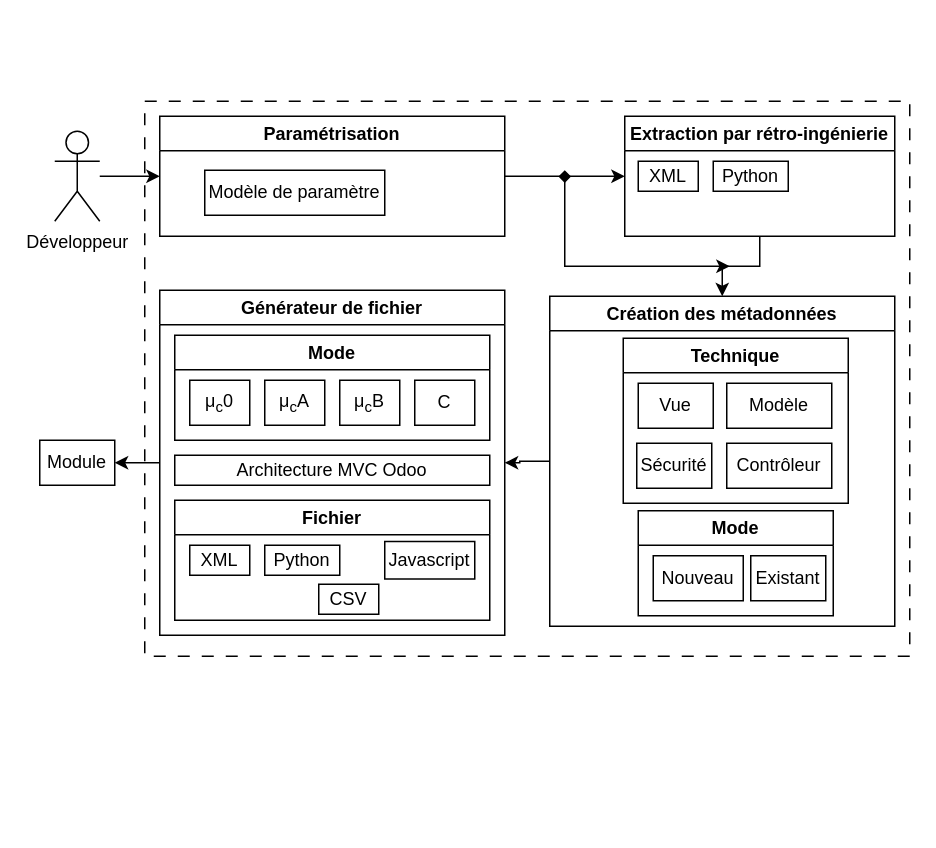
Earlier version of the draw.io diagram diagramme/architecture_machine.drawio (mathben/memoire_generateur_code_2023). Source tidied: cells renumbered, new cells numbered last; positions are measured from the earlier drawing's top-left corner, leaving out a move shared by most shapes. Both pictures are drawn from the tidied source at 150%, with x=0, y=0 at pixel (39, 100).
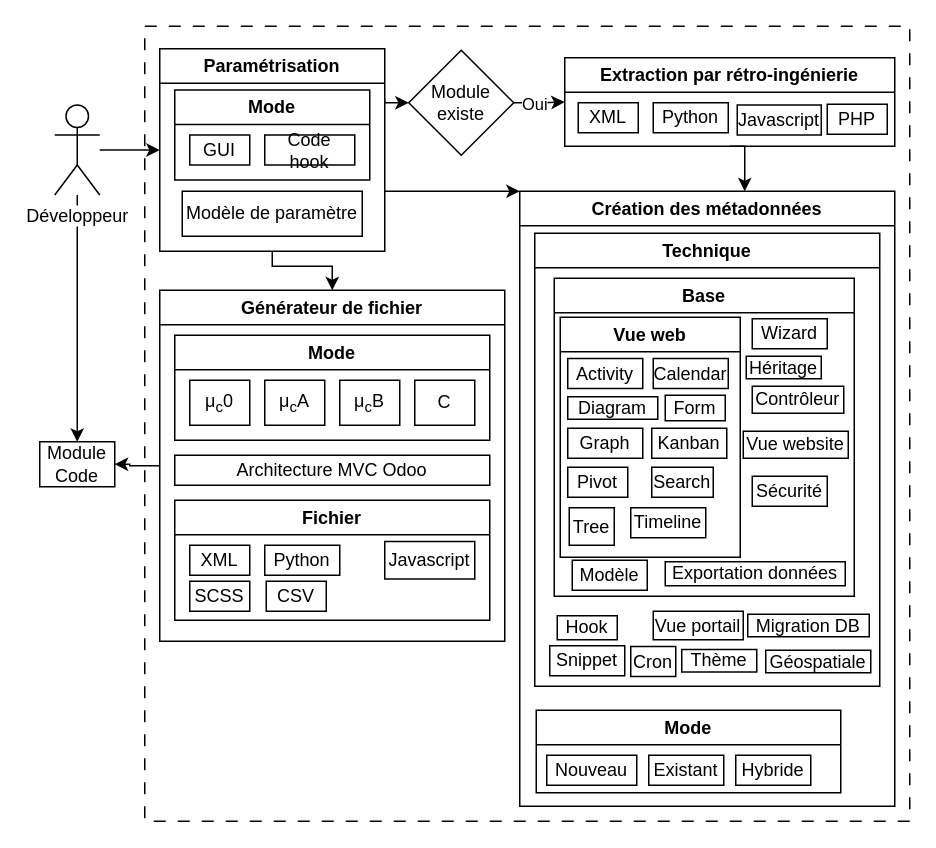
The same diagram, later.

Commit message (it also covers changes not shown here):
[UPD] avancement architecture et ajout schema BD accorderie

The change refers to these unchanged cells:
```xml
<mxCell id="30" value="Fichier" style="swimlane;whiteSpace=wrap;html=1;" parent="23" vertex="1">
  <mxGeometry x="10" y="140" width="210" height="80" as="geometry" />
</mxCell>
```

The edit, as a diff of the source:
```diff
@@
     <mxCell id="2" style="rounded=0;whiteSpace=wrap;html=1;dashed=1;dashPattern=8 8;fillColor=none;" parent="1" vertex="1">
-      <mxGeometry x="70" width="510" height="370" as="geometry" />
+      <mxGeometry x="70" y="-50" width="510" height="530" as="geometry" />
     </mxCell>
@@
+    <mxCell id="37" style="edgeStyle=orthogonalEdgeStyle;rounded=0;jettySize=auto;html=1;entryX=0.5;entryY=0;entryDx=0;entryDy=0;" parent="1" edge="1" source="4" target="35">
+      <mxGeometry relative="1" as="geometry" />
+    </mxCell>
-    <mxCell id="4" value="Développeur" style="shape=umlActor;verticalLabelPosition=bottom;verticalAlign=top;html=1;outlineConnect=0;" parent="1" vertex="1">
-      <mxGeometry x="10" y="20" width="30" height="60" as="geometry" />
+    <mxCell id="4" value="&lt;span style=&quot;background-color: rgb(255, 255, 255); --darkreader-inline-bgcolor: #181a1b;&quot;&gt;Développeur&lt;/span&gt;" style="shape=umlActor;verticalLabelPosition=bottom;verticalAlign=top;html=1;outlineConnect=0;" parent="1" vertex="1">
+      <mxGeometry x="10" y="2.5" width="30" height="60" as="geometry" />
     </mxCell>
-    <mxCell id="5" style="edgeStyle=orthogonalEdgeStyle;rounded=0;jettySize=auto;html=1;entryX=0;entryY=0.5;entryDx=0;entryDy=0;" parent="1" edge="1" source="6" target="9">
-      <mxGeometry relative="1" as="geometry" />
-    </mxCell>
+    <mxCell id="38" style="edgeStyle=orthogonalEdgeStyle;rounded=0;jettySize=auto;html=1;" parent="1" edge="1" source="6" target="23">
+      <mxGeometry relative="1" as="geometry">
+        <Array as="points">
+          <mxPoint x="155" y="110" />
+          <mxPoint x="195" y="110" />
+        </Array>
+      </mxGeometry>
+    </mxCell>
+    <mxCell id="39" style="edgeStyle=orthogonalEdgeStyle;rounded=0;jettySize=auto;html=1;entryX=0;entryY=0;entryDx=0;entryDy=0;" parent="1" edge="1" source="6" target="13">
+      <mxGeometry relative="1" as="geometry">
+        <Array as="points">
+          <mxPoint x="280" y="60" />
+          <mxPoint x="280" y="60" />
+        </Array>
+      </mxGeometry>
+    </mxCell>
+    <mxCell id="40" style="edgeStyle=orthogonalEdgeStyle;rounded=0;jettySize=auto;html=1;exitX=1;exitY=0.25;exitDx=0;exitDy=0;entryX=0;entryY=0.5;entryDx=0;entryDy=0;" parent="1" edge="1" source="6" target="51">
+      <mxGeometry relative="1" as="geometry">
+        <Array as="points">
+          <mxPoint x="230" y="1" />
+        </Array>
+      </mxGeometry>
+    </mxCell>
     <mxCell id="6" value="Paramétrisation" style="swimlane;whiteSpace=wrap;html=1;" parent="1" vertex="1">
-      <mxGeometry x="80" y="10" width="230" height="80" as="geometry" />
+      <mxGeometry x="80" y="-35" width="150" height="135" as="geometry" />
     </mxCell>
     <mxCell id="7" value="Modèle de paramètre" style="rounded=0;whiteSpace=wrap;html=1;" parent="6" vertex="1">
-      <mxGeometry x="30" y="36" width="120" height="30" as="geometry" />
+      <mxGeometry x="15" y="95" width="120" height="30" as="geometry" />
     </mxCell>
-    <mxCell id="8" style="edgeStyle=orthogonalEdgeStyle;rounded=0;jettySize=auto;html=1;entryX=0.5;entryY=0;entryDx=0;entryDy=0;exitX=0.5;exitY=1;exitDx=0;exitDy=0;" parent="1" edge="1" source="9" target="13">
+    <mxCell id="8" style="edgeStyle=orthogonalEdgeStyle;rounded=0;jettySize=auto;html=1;entryX=0.6;entryY=0;entryDx=0;entryDy=0;exitX=0.5;exitY=1;exitDx=0;exitDy=0;entryPerimeter=0;" parent="1" edge="1" source="9" target="13">
       <mxGeometry relative="1" as="geometry" />
     </mxCell>
     <mxCell id="9" value="Extraction par rétro-ingénierie" style="swimlane;whiteSpace=wrap;html=1;" parent="1" vertex="1">
-      <mxGeometry x="390" y="10" width="180" height="80" as="geometry" />
+      <mxGeometry x="350" y="-29" width="220" height="59" as="geometry" />
     </mxCell>
@@
-    <mxCell id="12" style="edgeStyle=orthogonalEdgeStyle;rounded=0;jettySize=auto;html=1;entryX=1;entryY=0.5;entryDx=0;entryDy=0;" parent="1" edge="1" source="13" target="23">
-      <mxGeometry relative="1" as="geometry" />
-    </mxCell>
+    <mxCell id="41" value="PHP" style="rounded=0;whiteSpace=wrap;html=1;" parent="9" vertex="1">
+      <mxGeometry x="175" y="31" width="40" height="20" as="geometry" />
+    </mxCell>
     <mxCell id="13" value="Création des métadonnées" style="swimlane;whiteSpace=wrap;html=1;" parent="1" vertex="1">
-      <mxGeometry x="340" y="130" width="230" height="220" as="geometry" />
+      <mxGeometry x="320" y="60" width="250" height="410" as="geometry" />
     </mxCell>
     <mxCell id="14" value="Technique" style="swimlane;whiteSpace=wrap;html=1;" parent="13" vertex="1">
-      <mxGeometry x="49" y="28" width="150" height="110" as="geometry" />
+      <mxGeometry x="10" y="28" width="230" height="302" as="geometry" />
     </mxCell>
-    <mxCell id="15" value="Vue" style="rounded=0;whiteSpace=wrap;html=1;" parent="14" vertex="1">
-      <mxGeometry x="10" y="30" width="50" height="30" as="geometry" />
-    </mxCell>
-    <mxCell id="16" value="Modèle" style="rounded=0;whiteSpace=wrap;html=1;" parent="14" vertex="1">
-      <mxGeometry x="69" y="30" width="70" height="30" as="geometry" />
-    </mxCell>
-    <mxCell id="17" value="Contrôleur" style="rounded=0;whiteSpace=wrap;html=1;" parent="14" vertex="1">
-      <mxGeometry x="69" y="70" width="70" height="30" as="geometry" />
-    </mxCell>
-    <mxCell id="18" value="Sécurité" style="rounded=0;whiteSpace=wrap;html=1;" parent="14" vertex="1">
-      <mxGeometry x="9" y="70" width="50" height="30" as="geometry" />
-    </mxCell>
+    <mxCell id="42" value="Vue website" style="rounded=0;whiteSpace=wrap;html=1;" parent="14" vertex="1">
+      <mxGeometry x="139" y="132" width="70" height="18" as="geometry" />
+    </mxCell>
+    <mxCell id="43" value="Migration DB" style="rounded=0;whiteSpace=wrap;html=1;" parent="14" vertex="1">
+      <mxGeometry x="142" y="254" width="81" height="15" as="geometry" />
+    </mxCell>
+    <mxCell id="44" value="Vue portail" style="rounded=0;whiteSpace=wrap;html=1;" parent="14" vertex="1">
+      <mxGeometry x="79" y="252" width="60" height="19" as="geometry" />
+    </mxCell>
+    <mxCell id="45" value="Cron" style="rounded=0;whiteSpace=wrap;html=1;" parent="14" vertex="1">
+      <mxGeometry x="64" y="275.5" width="30" height="20" as="geometry" />
+    </mxCell>
+    <mxCell id="46" value="Snippet" style="rounded=0;whiteSpace=wrap;html=1;" parent="14" vertex="1">
+      <mxGeometry x="10" y="275" width="50" height="20" as="geometry" />
+    </mxCell>
+    <mxCell id="47" value="Thème" style="rounded=0;whiteSpace=wrap;html=1;" parent="14" vertex="1">
+      <mxGeometry x="98" y="277.5" width="50" height="15" as="geometry" />
+    </mxCell>
     <mxCell id="19" value="Mode" style="swimlane;whiteSpace=wrap;html=1;" parent="13" vertex="1">
-      <mxGeometry x="59" y="143" width="130" height="70" as="geometry" />
+      <mxGeometry x="11" y="346" width="203" height="55" as="geometry" />
     </mxCell>
     <mxCell id="20" value="Existant" style="rounded=0;whiteSpace=wrap;html=1;" parent="19" vertex="1">
-      <mxGeometry x="75" y="30" width="50" height="30" as="geometry" />
+      <mxGeometry x="75" y="30" width="50" height="20" as="geometry" />
     </mxCell>
     <mxCell id="21" value="Nouveau" style="rounded=0;whiteSpace=wrap;html=1;" parent="19" vertex="1">
-      <mxGeometry x="10" y="30" width="60" height="30" as="geometry" />
+      <mxGeometry x="7" y="30" width="60" height="20" as="geometry" />
     </mxCell>
+    <mxCell id="48" value="Hybride" style="rounded=0;whiteSpace=wrap;html=1;" parent="19" vertex="1">
+      <mxGeometry x="133" y="30" width="50" height="20" as="geometry" />
+    </mxCell>
@@
     <mxCell id="23" value="Générateur de fichier" style="swimlane;whiteSpace=wrap;html=1;" parent="1" vertex="1">
-      <mxGeometry x="80" y="126" width="230" height="230" as="geometry" />
+      <mxGeometry x="80" y="126" width="230" height="234" as="geometry" />
     </mxCell>
@@
     <mxCell id="31" value="CSV" style="rounded=0;whiteSpace=wrap;html=1;" parent="30" vertex="1">
-      <mxGeometry x="96" y="56" width="40" height="20" as="geometry" />
+      <mxGeometry x="61" y="54" width="40" height="20" as="geometry" />
     </mxCell>
@@
-    <mxCell id="35" value="Module" style="rounded=0;whiteSpace=wrap;html=1;" parent="1" vertex="1">
-      <mxGeometry y="226" width="50" height="30" as="geometry" />
+    <mxCell id="35" value="&lt;div&gt;Module&lt;/div&gt;&lt;div&gt;Code&lt;br&gt;&lt;/div&gt;" style="rounded=0;whiteSpace=wrap;html=1;" parent="1" vertex="1">
+      <mxGeometry y="227" width="50" height="30" as="geometry" />
     </mxCell>
-    <mxCell id="36" style="endArrow=classic;html=1;rounded=0;startArrow=diamond;startFill=1;" parent="1" edge="1">
-      <mxGeometry relative="1" as="geometry">
-        <mxPoint x="350" y="46" as="sourcePoint" />
-        <mxPoint x="460" y="110" as="targetPoint" />
-        <Array as="points">
-          <mxPoint x="350" y="110" />
-        </Array>
-      </mxGeometry>
-    </mxCell>
+    <mxCell id="49" style="edgeStyle=orthogonalEdgeStyle;rounded=0;jettySize=auto;html=1;entryX=0;entryY=0.5;entryDx=0;entryDy=0;" parent="1" edge="1" source="51" target="9">
+      <mxGeometry relative="1" as="geometry" />
+    </mxCell>
+    <mxCell id="50" value="Oui" style="edgeLabel;html=1;align=center;verticalAlign=middle;" parent="49" vertex="1">
+      <mxGeometry x="-0.23" relative="1" as="geometry" />
+    </mxCell>
+    <mxCell id="51" value="&lt;div&gt;Module&lt;/div&gt;&lt;div&gt;existe&lt;/div&gt;" style="rhombus;whiteSpace=wrap;html=1;" parent="1" vertex="1">
+      <mxGeometry x="246" y="-34" width="70" height="70" as="geometry" />
+    </mxCell>
+    <mxCell id="52" value="Géospatiale" style="rounded=0;whiteSpace=wrap;html=1;" parent="1" vertex="1">
+      <mxGeometry x="484" y="366" width="70" height="15" as="geometry" />
+    </mxCell>
+    <mxCell id="53" value="Exportation données" style="rounded=0;whiteSpace=wrap;html=1;" parent="1" vertex="1">
+      <mxGeometry x="417" y="307" width="120" height="16" as="geometry" />
+    </mxCell>
+    <mxCell id="54" value="Hook" style="rounded=0;whiteSpace=wrap;html=1;" parent="1" vertex="1">
+      <mxGeometry x="345" y="343" width="40" height="16" as="geometry" />
+    </mxCell>
+    <mxCell id="55" value="Javascript" style="rounded=0;whiteSpace=wrap;html=1;" parent="1" vertex="1">
+      <mxGeometry x="465" y="2.5" width="56" height="20" as="geometry" />
+    </mxCell>
+    <mxCell id="56" value="SCSS" style="rounded=0;whiteSpace=wrap;html=1;" parent="1" vertex="1">
+      <mxGeometry x="100" y="320" width="40" height="20" as="geometry" />
+    </mxCell>
+    <mxCell id="57" value="Mode" style="swimlane;whiteSpace=wrap;html=1;" parent="1" vertex="1">
+      <mxGeometry x="90" y="-7.5" width="130" height="60" as="geometry" />
+    </mxCell>
+    <mxCell id="58" value="GUI" style="rounded=0;whiteSpace=wrap;html=1;" parent="57" vertex="1">
+      <mxGeometry x="10" y="30" width="40" height="20" as="geometry" />
+    </mxCell>
+    <mxCell id="59" value="Code hook" style="rounded=0;whiteSpace=wrap;html=1;" parent="57" vertex="1">
+      <mxGeometry x="60" y="30" width="60" height="20" as="geometry" />
+    </mxCell>
+    <mxCell id="60" value="Base" style="swimlane;whiteSpace=wrap;html=1;" parent="1" vertex="1">
+      <mxGeometry x="343" y="118" width="200" height="212" as="geometry" />
+    </mxCell>
+    <mxCell id="18" value="Sécurité" style="rounded=0;whiteSpace=wrap;html=1;" parent="60" vertex="1">
+      <mxGeometry x="132" y="132" width="50" height="20" as="geometry" />
+    </mxCell>
+    <mxCell id="17" value="Contrôleur" style="rounded=0;whiteSpace=wrap;html=1;" parent="60" vertex="1">
+      <mxGeometry x="132" y="72" width="61" height="18" as="geometry" />
+    </mxCell>
+    <mxCell id="61" value="Wizard" style="rounded=0;whiteSpace=wrap;html=1;" parent="60" vertex="1">
+      <mxGeometry x="132" y="27" width="50" height="20" as="geometry" />
+    </mxCell>
+    <mxCell id="62" value="Héritage" style="rounded=0;whiteSpace=wrap;html=1;" parent="60" vertex="1">
+      <mxGeometry x="128" y="52" width="50" height="15" as="geometry" />
+    </mxCell>
+    <mxCell id="16" value="Modèle" style="rounded=0;whiteSpace=wrap;html=1;" parent="60" vertex="1">
+      <mxGeometry x="12" y="188" width="50" height="20" as="geometry" />
+    </mxCell>
+    <mxCell id="63" style="group;" parent="1" vertex="1">
+      <mxGeometry x="347" y="144" width="120" height="160" as="geometry" />
+    </mxCell>
+    <mxCell id="64" value="Vue web" style="swimlane;whiteSpace=wrap;html=1;" parent="63" vertex="1">
+      <mxGeometry width="120" height="160" as="geometry" />
+    </mxCell>
+    <mxCell id="65" value="Activity" style="rounded=0;whiteSpace=wrap;html=1;" parent="64" vertex="1">
+      <mxGeometry x="5" y="27.5" width="50" height="20" as="geometry" />
+    </mxCell>
+    <mxCell id="66" value="Calendar" style="rounded=0;whiteSpace=wrap;html=1;" parent="64" vertex="1">
+      <mxGeometry x="62" y="27.5" width="50" height="20" as="geometry" />
+    </mxCell>
+    <mxCell id="67" value="Kanban" style="rounded=0;whiteSpace=wrap;html=1;" parent="64" vertex="1">
+      <mxGeometry x="61" y="74" width="50" height="20" as="geometry" />
+    </mxCell>
+    <mxCell id="68" value="Pivot" style="rounded=0;whiteSpace=wrap;html=1;" parent="64" vertex="1">
+      <mxGeometry x="5" y="100" width="40" height="20" as="geometry" />
+    </mxCell>
+    <mxCell id="69" value="Search" style="rounded=0;whiteSpace=wrap;html=1;" parent="64" vertex="1">
+      <mxGeometry x="61" y="100" width="41" height="20" as="geometry" />
+    </mxCell>
+    <mxCell id="70" value="Timeline" style="rounded=0;whiteSpace=wrap;html=1;" parent="64" vertex="1">
+      <mxGeometry x="47" y="127" width="50" height="20" as="geometry" />
+    </mxCell>
+    <mxCell id="71" value="Diagram" style="rounded=0;whiteSpace=wrap;html=1;" parent="64" vertex="1">
+      <mxGeometry x="5" y="53" width="60" height="15" as="geometry" />
+    </mxCell>
+    <mxCell id="72" value="Graph" style="rounded=0;whiteSpace=wrap;html=1;" parent="64" vertex="1">
+      <mxGeometry x="5" y="74" width="50" height="20" as="geometry" />
+    </mxCell>
+    <mxCell id="73" value="Tree" style="rounded=0;whiteSpace=wrap;html=1;" parent="64" vertex="1">
+      <mxGeometry x="6" y="127" width="30" height="25" as="geometry" />
+    </mxCell>
+    <mxCell id="74" value="Form" style="rounded=0;whiteSpace=wrap;html=1;" parent="63" vertex="1">
+      <mxGeometry x="70" y="52" width="40" height="17" as="geometry" />
+    </mxCell>
```
